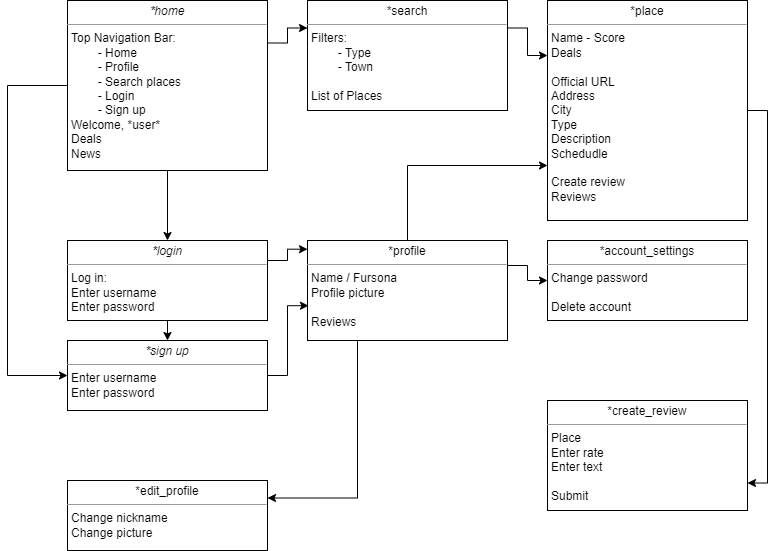
Before: Documents/UML_HTMLs.png, a diagram exported from draw.io (GonzaloLGI/Furry-Advisor). Source tidied: cells renumbered, new cells last; positions are measured from the earlier drawing's top-left corner, leaving out a move shared by most shapes.
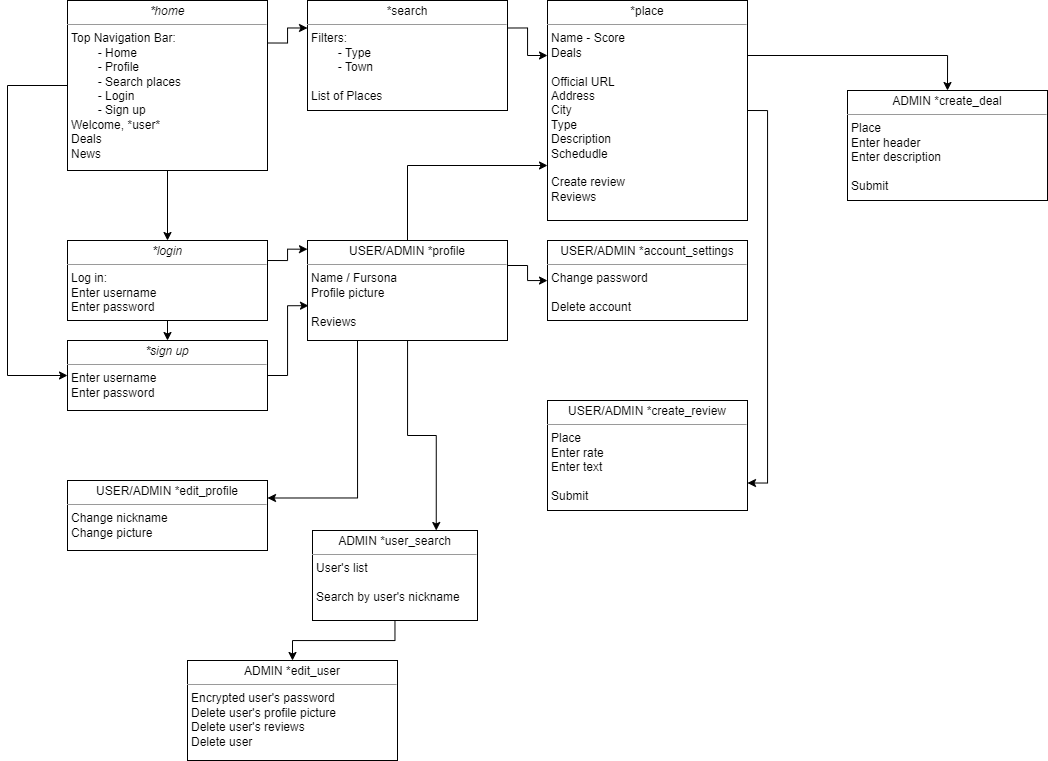
After the change.

Commit message:
Internal deal service now working

The edit, as a diff of the source:
```diff
@@ -39,22 +39,28 @@
     <mxCell id="12" style="edgeStyle=orthogonalEdgeStyle;rounded=0;jettySize=auto;html=1;exitX=0.25;exitY=1;exitDx=0;exitDy=0;entryX=1;entryY=0.25;entryDx=0;entryDy=0;" parent="1" edge="1" source="13" target="17">
       <mxGeometry relative="1" as="geometry" />
     </mxCell>
+    <mxCell id="22" style="edgeStyle=orthogonalEdgeStyle;rounded=0;jettySize=auto;html=1;entryX=0.75;entryY=0;entryDx=0;entryDy=0;" parent="1" edge="1" source="13" target="25">
+      <mxGeometry relative="1" as="geometry" />
+    </mxCell>
-    <mxCell id="13" value="&lt;p style=&quot;margin: 0px ; margin-top: 4px ; text-align: center&quot;&gt;*profile&lt;/p&gt;&lt;hr size=&quot;1&quot;&gt;&lt;p style=&quot;margin: 0px ; margin-left: 4px&quot;&gt;&lt;span&gt;Name / Fursona&lt;/span&gt;&lt;br&gt;&lt;/p&gt;&lt;p style=&quot;margin: 0px ; margin-left: 4px&quot;&gt;Profile picture&lt;/p&gt;&lt;p style=&quot;margin: 0px ; margin-left: 4px&quot;&gt;&lt;br&gt;&lt;/p&gt;&lt;p style=&quot;margin: 0px ; margin-left: 4px&quot;&gt;Reviews&lt;/p&gt;&lt;p style=&quot;margin: 0px ; margin-left: 4px&quot;&gt;&lt;br&gt;&lt;/p&gt;" style="verticalAlign=top;align=left;overflow=fill;fontSize=12;fontFamily=Helvetica;html=1;rounded=0;shadow=0;comic=0;labelBackgroundColor=none;strokeWidth=1;" parent="1" vertex="1">
+    <mxCell id="13" value="&lt;p style=&quot;margin: 0px ; margin-top: 4px ; text-align: center&quot;&gt;USER/ADMIN *profile&lt;/p&gt;&lt;hr size=&quot;1&quot;&gt;&lt;p style=&quot;margin: 0px ; margin-left: 4px&quot;&gt;&lt;span&gt;Name / Fursona&lt;/span&gt;&lt;br&gt;&lt;/p&gt;&lt;p style=&quot;margin: 0px ; margin-left: 4px&quot;&gt;Profile picture&lt;/p&gt;&lt;p style=&quot;margin: 0px ; margin-left: 4px&quot;&gt;&lt;br&gt;&lt;/p&gt;&lt;p style=&quot;margin: 0px ; margin-left: 4px&quot;&gt;Reviews&lt;/p&gt;&lt;p style=&quot;margin: 0px ; margin-left: 4px&quot;&gt;&lt;br&gt;&lt;/p&gt;" style="verticalAlign=top;align=left;overflow=fill;fontSize=12;fontFamily=Helvetica;html=1;rounded=0;shadow=0;comic=0;labelBackgroundColor=none;strokeWidth=1;" parent="1" vertex="1">
       <mxGeometry x="300" y="240" width="200" height="100" as="geometry" />
     </mxCell>
-    <mxCell id="14" value="&lt;p style=&quot;margin: 0px ; margin-top: 4px ; text-align: center&quot;&gt;*account_settings&lt;/p&gt;&lt;hr size=&quot;1&quot;&gt;&lt;p style=&quot;margin: 0px ; margin-left: 4px&quot;&gt;&lt;span&gt;Change password&lt;/span&gt;&lt;br&gt;&lt;/p&gt;&lt;p style=&quot;margin: 0px ; margin-left: 4px&quot;&gt;&lt;br&gt;&lt;/p&gt;&lt;p style=&quot;margin: 0px ; margin-left: 4px&quot;&gt;Delete account&lt;/p&gt;" style="verticalAlign=top;align=left;overflow=fill;fontSize=12;fontFamily=Helvetica;html=1;rounded=0;shadow=0;comic=0;labelBackgroundColor=none;strokeWidth=1;" parent="1" vertex="1">
+    <mxCell id="14" value="&lt;p style=&quot;margin: 0px ; margin-top: 4px ; text-align: center&quot;&gt;USER/ADMIN *account_settings&lt;/p&gt;&lt;hr size=&quot;1&quot;&gt;&lt;p style=&quot;margin: 0px ; margin-left: 4px&quot;&gt;&lt;span&gt;Change password&lt;/span&gt;&lt;br&gt;&lt;/p&gt;&lt;p style=&quot;margin: 0px ; margin-left: 4px&quot;&gt;&lt;br&gt;&lt;/p&gt;&lt;p style=&quot;margin: 0px ; margin-left: 4px&quot;&gt;Delete account&lt;/p&gt;" style="verticalAlign=top;align=left;overflow=fill;fontSize=12;fontFamily=Helvetica;html=1;rounded=0;shadow=0;comic=0;labelBackgroundColor=none;strokeWidth=1;" parent="1" vertex="1">
       <mxGeometry x="540" y="240" width="200" height="80" as="geometry" />
     </mxCell>
     <mxCell id="15" style="edgeStyle=orthogonalEdgeStyle;rounded=0;jettySize=auto;html=1;exitX=1;exitY=0.5;exitDx=0;exitDy=0;entryX=1;entryY=0.75;entryDx=0;entryDy=0;" parent="1" edge="1" source="16" target="18">
       <mxGeometry relative="1" as="geometry" />
     </mxCell>
+    <mxCell id="23" style="edgeStyle=orthogonalEdgeStyle;rounded=0;jettySize=auto;html=1;exitX=1;exitY=0.25;exitDx=0;exitDy=0;entryX=0.5;entryY=0;entryDx=0;entryDy=0;" parent="1" edge="1" source="16" target="27">
+      <mxGeometry relative="1" as="geometry" />
+    </mxCell>
     <mxCell id="16" value="&lt;p style=&quot;margin: 0px ; margin-top: 4px ; text-align: center&quot;&gt;*place&lt;/p&gt;&lt;hr size=&quot;1&quot;&gt;&lt;p style=&quot;margin: 0px ; margin-left: 4px&quot;&gt;Name -&amp;nbsp;&lt;span&gt;Score&lt;/span&gt;&lt;/p&gt;&lt;p style=&quot;margin: 0px ; margin-left: 4px&quot;&gt;Deals&lt;br&gt;&lt;/p&gt;&lt;p style=&quot;margin: 0px ; margin-left: 4px&quot;&gt;&lt;br&gt;&lt;/p&gt;&lt;p style=&quot;margin: 0px ; margin-left: 4px&quot;&gt;Official URL&lt;br&gt;&lt;/p&gt;&lt;p style=&quot;margin: 0px ; margin-left: 4px&quot;&gt;Address&lt;/p&gt;&lt;p style=&quot;margin: 0px ; margin-left: 4px&quot;&gt;City&lt;/p&gt;&lt;p style=&quot;margin: 0px ; margin-left: 4px&quot;&gt;Type&lt;/p&gt;&lt;p style=&quot;margin: 0px ; margin-left: 4px&quot;&gt;Description&lt;br&gt;&lt;/p&gt;&lt;p style=&quot;margin: 0px ; margin-left: 4px&quot;&gt;Schedudle&lt;/p&gt;&lt;p style=&quot;margin: 0px ; margin-left: 4px&quot;&gt;&lt;br&gt;&lt;/p&gt;&lt;p style=&quot;margin: 0px ; margin-left: 4px&quot;&gt;Create review&lt;/p&gt;&lt;p style=&quot;margin: 0px ; margin-left: 4px&quot;&gt;Reviews&lt;/p&gt;&lt;p style=&quot;margin: 0px ; margin-left: 4px&quot;&gt;&lt;br&gt;&lt;/p&gt;" style="verticalAlign=top;align=left;overflow=fill;fontSize=12;fontFamily=Helvetica;html=1;rounded=0;shadow=0;comic=0;labelBackgroundColor=none;strokeWidth=1;" parent="1" vertex="1">
       <mxGeometry x="540" width="200" height="220" as="geometry" />
     </mxCell>
-    <mxCell id="17" value="&lt;p style=&quot;margin: 0px ; margin-top: 4px ; text-align: center&quot;&gt;*edit_profile&lt;/p&gt;&lt;hr size=&quot;1&quot;&gt;&lt;p style=&quot;margin: 0px ; margin-left: 4px&quot;&gt;Change nickname&lt;/p&gt;&lt;p style=&quot;margin: 0px ; margin-left: 4px&quot;&gt;Change picture&lt;br&gt;&lt;/p&gt;" style="verticalAlign=top;align=left;overflow=fill;fontSize=12;fontFamily=Helvetica;html=1;rounded=0;shadow=0;comic=0;labelBackgroundColor=none;strokeWidth=1;" parent="1" vertex="1">
+    <mxCell id="17" value="&lt;p style=&quot;margin: 0px ; margin-top: 4px ; text-align: center&quot;&gt;USER/ADMIN *edit_profile&lt;/p&gt;&lt;hr size=&quot;1&quot;&gt;&lt;p style=&quot;margin: 0px ; margin-left: 4px&quot;&gt;Change nickname&lt;/p&gt;&lt;p style=&quot;margin: 0px ; margin-left: 4px&quot;&gt;Change picture&lt;br&gt;&lt;/p&gt;" style="verticalAlign=top;align=left;overflow=fill;fontSize=12;fontFamily=Helvetica;html=1;rounded=0;shadow=0;comic=0;labelBackgroundColor=none;strokeWidth=1;" parent="1" vertex="1">
       <mxGeometry x="60" y="480" width="200" height="70" as="geometry" />
     </mxCell>
-    <mxCell id="18" value="&lt;p style=&quot;margin: 0px ; margin-top: 4px ; text-align: center&quot;&gt;*create_review&lt;/p&gt;&lt;hr size=&quot;1&quot;&gt;&lt;p style=&quot;margin: 0px ; margin-left: 4px&quot;&gt;Place&lt;/p&gt;&lt;p style=&quot;margin: 0px ; margin-left: 4px&quot;&gt;Enter rate&lt;br&gt;&lt;/p&gt;&lt;p style=&quot;margin: 0px ; margin-left: 4px&quot;&gt;Enter text&lt;/p&gt;&lt;p style=&quot;margin: 0px ; margin-left: 4px&quot;&gt;&lt;br&gt;&lt;/p&gt;&lt;p style=&quot;margin: 0px ; margin-left: 4px&quot;&gt;Submit&lt;/p&gt;" style="verticalAlign=top;align=left;overflow=fill;fontSize=12;fontFamily=Helvetica;html=1;rounded=0;shadow=0;comic=0;labelBackgroundColor=none;strokeWidth=1;" parent="1" vertex="1">
+    <mxCell id="18" value="&lt;p style=&quot;margin: 0px ; margin-top: 4px ; text-align: center&quot;&gt;USER/ADMIN *create_review&lt;/p&gt;&lt;hr size=&quot;1&quot;&gt;&lt;p style=&quot;margin: 0px ; margin-left: 4px&quot;&gt;Place&lt;/p&gt;&lt;p style=&quot;margin: 0px ; margin-left: 4px&quot;&gt;Enter rate&lt;br&gt;&lt;/p&gt;&lt;p style=&quot;margin: 0px ; margin-left: 4px&quot;&gt;Enter text&lt;/p&gt;&lt;p style=&quot;margin: 0px ; margin-left: 4px&quot;&gt;&lt;br&gt;&lt;/p&gt;&lt;p style=&quot;margin: 0px ; margin-left: 4px&quot;&gt;Submit&lt;/p&gt;" style="verticalAlign=top;align=left;overflow=fill;fontSize=12;fontFamily=Helvetica;html=1;rounded=0;shadow=0;comic=0;labelBackgroundColor=none;strokeWidth=1;" parent="1" vertex="1">
       <mxGeometry x="540" y="400" width="200" height="110" as="geometry" />
     </mxCell>
     <mxCell id="19" style="edgeStyle=orthogonalEdgeStyle;rounded=0;jettySize=auto;html=1;exitX=1;exitY=0.5;exitDx=0;exitDy=0;entryX=0.005;entryY=0.652;entryDx=0;entryDy=0;entryPerimeter=0;" parent="1" edge="1" source="20" target="13">
@@ -71,5 +77,17 @@
         </Array>
       </mxGeometry>
     </mxCell>
+    <mxCell id="24" style="edgeStyle=orthogonalEdgeStyle;rounded=0;jettySize=auto;html=1;entryX=0.5;entryY=0;entryDx=0;entryDy=0;" parent="1" edge="1" source="25" target="26">
+      <mxGeometry relative="1" as="geometry" />
+    </mxCell>
+    <mxCell id="25" value="&lt;p style=&quot;margin: 0px ; margin-top: 4px ; text-align: center&quot;&gt;ADMIN *user_search&lt;/p&gt;&lt;hr size=&quot;1&quot;&gt;&lt;p style=&quot;margin: 0px ; margin-left: 4px&quot;&gt;User's list&lt;/p&gt;&lt;p style=&quot;margin: 0px ; margin-left: 4px&quot;&gt;&lt;br&gt;&lt;/p&gt;&lt;p style=&quot;margin: 0px ; margin-left: 4px&quot;&gt;Search by user's nickname&lt;/p&gt;&lt;p style=&quot;margin: 0px ; margin-left: 4px&quot;&gt;&lt;br&gt;&lt;/p&gt;" style="verticalAlign=top;align=left;overflow=fill;fontSize=12;fontFamily=Helvetica;html=1;rounded=0;shadow=0;comic=0;labelBackgroundColor=none;strokeWidth=1;" parent="1" vertex="1">
+      <mxGeometry x="305" y="530" width="165" height="90" as="geometry" />
+    </mxCell>
+    <mxCell id="26" value="&lt;p style=&quot;margin: 0px ; margin-top: 4px ; text-align: center&quot;&gt;ADMIN *edit_user&lt;/p&gt;&lt;hr size=&quot;1&quot;&gt;&lt;p style=&quot;margin: 0px ; margin-left: 4px&quot;&gt;Encrypted user's password&lt;/p&gt;&lt;p style=&quot;margin: 0px ; margin-left: 4px&quot;&gt;Delete user's profile picture&lt;/p&gt;&lt;p style=&quot;margin: 0px ; margin-left: 4px&quot;&gt;Delete user's reviews&lt;/p&gt;&lt;p style=&quot;margin: 0px ; margin-left: 4px&quot;&gt;Delete user&lt;/p&gt;" style="verticalAlign=top;align=left;overflow=fill;fontSize=12;fontFamily=Helvetica;html=1;rounded=0;shadow=0;comic=0;labelBackgroundColor=none;strokeWidth=1;" parent="1" vertex="1">
+      <mxGeometry x="180" y="660" width="210" height="100" as="geometry" />
+    </mxCell>
+    <mxCell id="27" value="&lt;p style=&quot;margin: 0px ; margin-top: 4px ; text-align: center&quot;&gt;ADMIN *create_deal&lt;/p&gt;&lt;hr size=&quot;1&quot;&gt;&lt;p style=&quot;margin: 0px ; margin-left: 4px&quot;&gt;Place&lt;/p&gt;&lt;p style=&quot;margin: 0px ; margin-left: 4px&quot;&gt;Enter header&lt;br&gt;&lt;/p&gt;&lt;p style=&quot;margin: 0px ; margin-left: 4px&quot;&gt;Enter description&lt;/p&gt;&lt;p style=&quot;margin: 0px ; margin-left: 4px&quot;&gt;&lt;br&gt;&lt;/p&gt;&lt;p style=&quot;margin: 0px ; margin-left: 4px&quot;&gt;Submit&lt;/p&gt;" style="verticalAlign=top;align=left;overflow=fill;fontSize=12;fontFamily=Helvetica;html=1;rounded=0;shadow=0;comic=0;labelBackgroundColor=none;strokeWidth=1;" parent="1" vertex="1">
+      <mxGeometry x="840" y="90" width="200" height="110" as="geometry" />
+    </mxCell>
   </root>
 </mxGraphModel>
```
